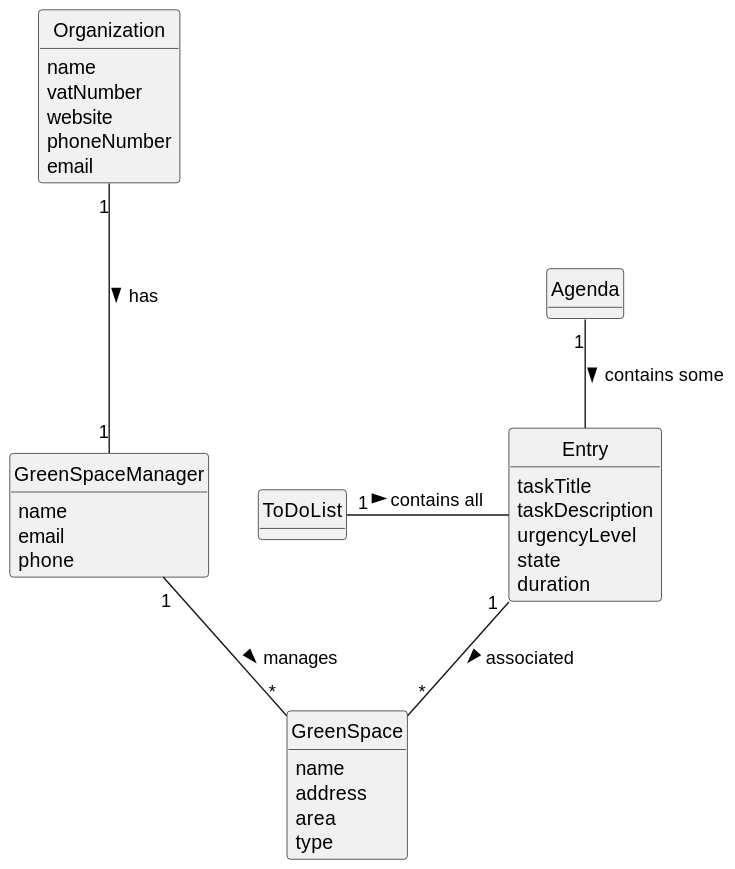
Earlier version of the PlantUML export docs/sprintC/us022/02.analysis/svg/us022-domain-model.svg (Departamento-de-Engenharia-Informatica/lei-24-s2-1dkl-g134).
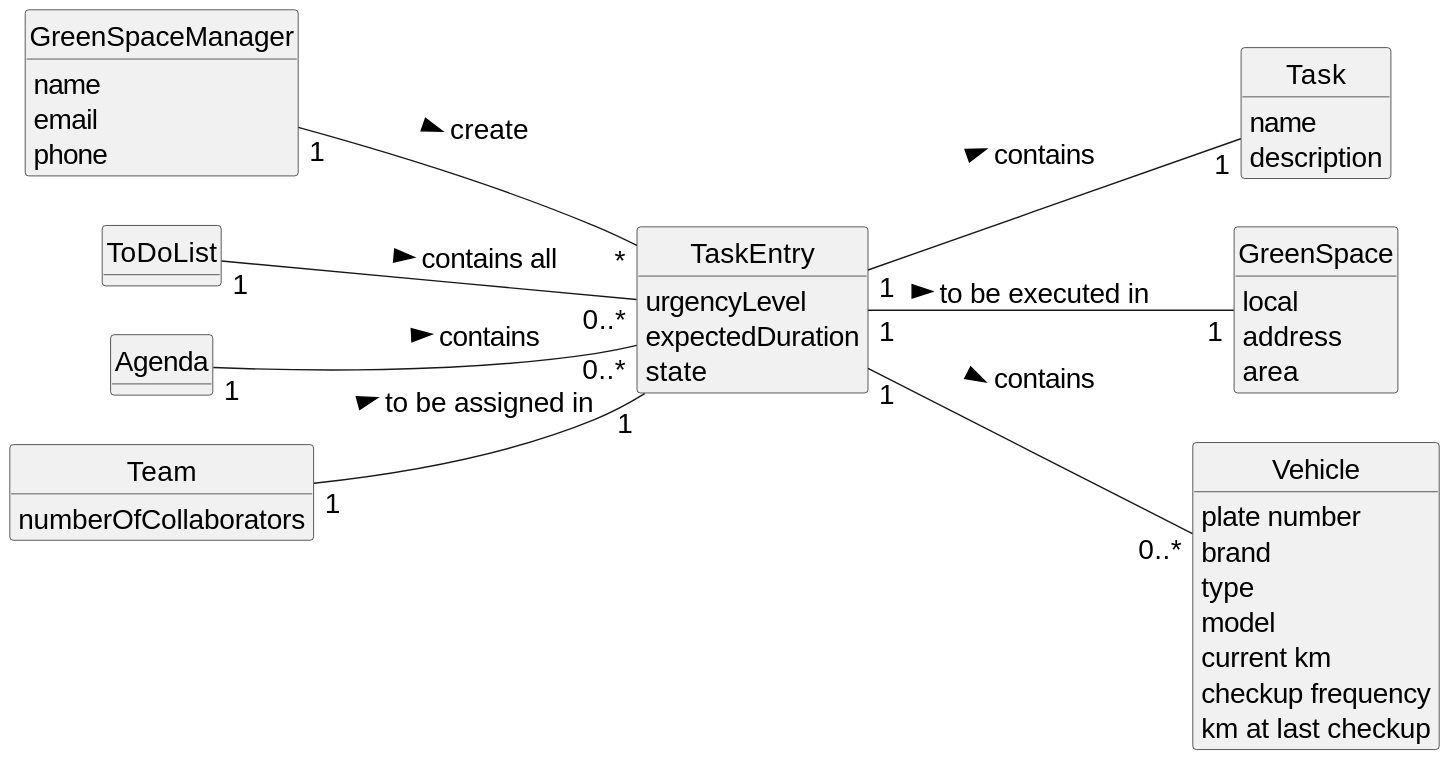
After the commit.

Commit message:
US022 Domain Model update

What changed in the source:
```diff
@@ -1,7 +1,10 @@
 @startuml
+skinparamlocked defaultFontSize 20
 skinparam monochrome true
 skinparam packageStyle rectangle
 skinparam shadowing false
+
+left to right direction
 
 skinparam classAttributeIconSize 0
 
@@ -9,49 +12,54 @@
 hide methods
 
 
-class Organization {
-    name
-    vatNumber
-    website
-    phoneNumber
-    email
-}
-
-class GreenSpace {
-   name
-   address
-   area
-   type
-}
-
-class Entry {
-taskTitle
-taskDescription
-urgencyLevel
-state
-duration
-}
-
-class GreenSpaceManager {
+class GreenSpaceManager{
     name
     email
     phone
 }
 
-class Agenda{
-
+class ToDoList {
 }
 
-class ToDoList{
-
+class Task {
+    name
+    description
 }
 
+class TaskEntry{
+    urgencyLevel
+    expectedDuration
+    state
+}
 
+class Agenda{
+}
 
+class Team {
+    numberOfCollaborators
+}
 
-Organization "1" --- "1" GreenSpaceManager : has >
-Entry "1" -- "*" GreenSpace: associated >
-GreenSpaceManager "1" -- "*" GreenSpace : manages >
-ToDoList "1" -  Entry : contains all >
-Agenda "1" --  Entry : contains some >
+class GreenSpace{
+    local
+    address
+    area
+}
+
+class Vehicle {
+    plate number
+    brand
+    type
+    model
+    current km
+    checkup frequency
+    km at last checkup
+}
+
+"GreenSpaceManager" "1" -- "*" "TaskEntry" :  create >
+TaskEntry "1"--"1" Task : contains >
+TaskEntry "1"--"1" GreenSpace : to be executed in >
+Team "1"--"1" TaskEntry : to be assigned in >
+Agenda "1"--"0..*" TaskEntry : contains >
+ToDoList "1"--"0..*" TaskEntry : contains all >
+TaskEntry "1"--"0..*" Vehicle : contains >
 @enduml
```
